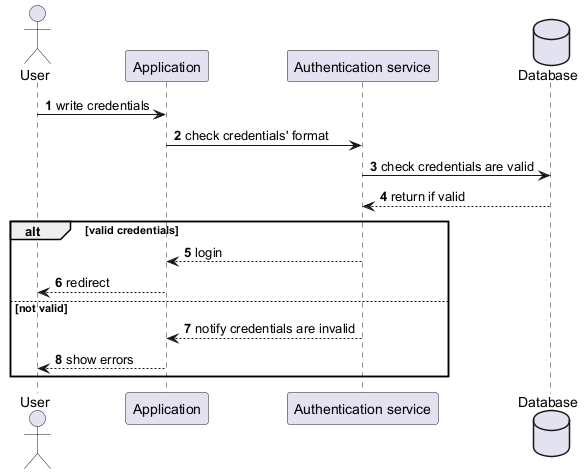
Arquisoft/wichat_en3a keeps this PlantUML diagram as images/Login diagram.png. Above is the earlier version.
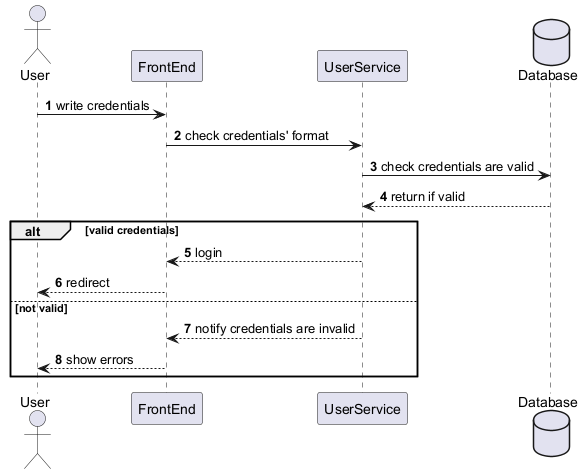
Later version of the same file.

The edit, as a diff of the source:
```diff
@@ -1,20 +1,20 @@
 @startuml
 autonumber
 actor User
-participant Application
-participant "Authentication service"
+participant FrontEnd
+participant UserService
 database Database
 
-User -> Application: write credentials
-Application -> "Authentication service": check credentials' format
-"Authentication service" -> Database: check credentials are valid
-Database --> "Authentication service": return if valid
+User -> FrontEnd: write credentials
+FrontEnd -> UserService: check credentials' format
+UserService -> Database: check credentials are valid
+Database --> UserService: return if valid
 
 alt valid credentials
-    "Authentication service" --> Application: login
-    Application --> User: redirect
+    UserService --> FrontEnd: login
+    FrontEnd --> User: redirect
 else not valid
-    "Authentication service" --> Application: notify credentials are invalid
-    Application --> User: show errors
+    UserService --> FrontEnd: notify credentials are invalid
+    FrontEnd --> User: show errors
 end
 @enduml
```
